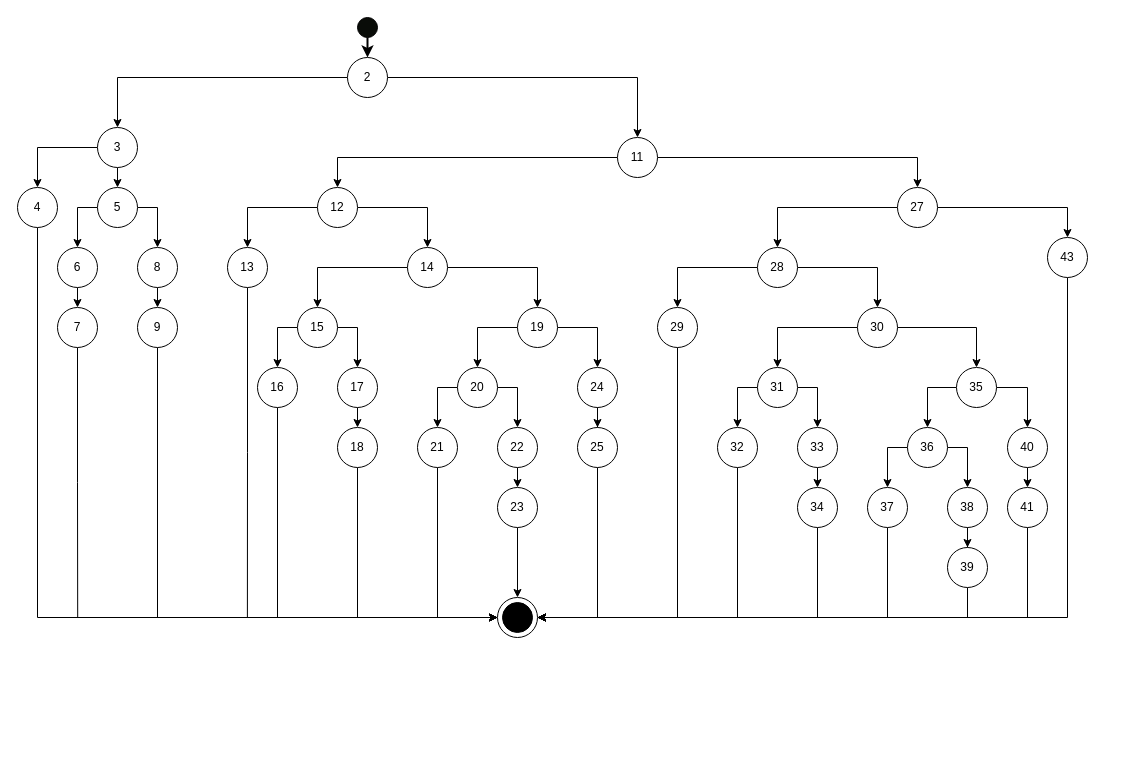
Above: controlFlow.drawio in minh071289/AI_system (draw.io), before the change. Source tidied: cells renumbered, new cells numbered last; positions are measured from the earlier drawing's top-left corner, leaving out a move shared by most shapes. Both pictures are drawn from the tidied source at 100%, with x=0, y=0 at pixel (17, 17).
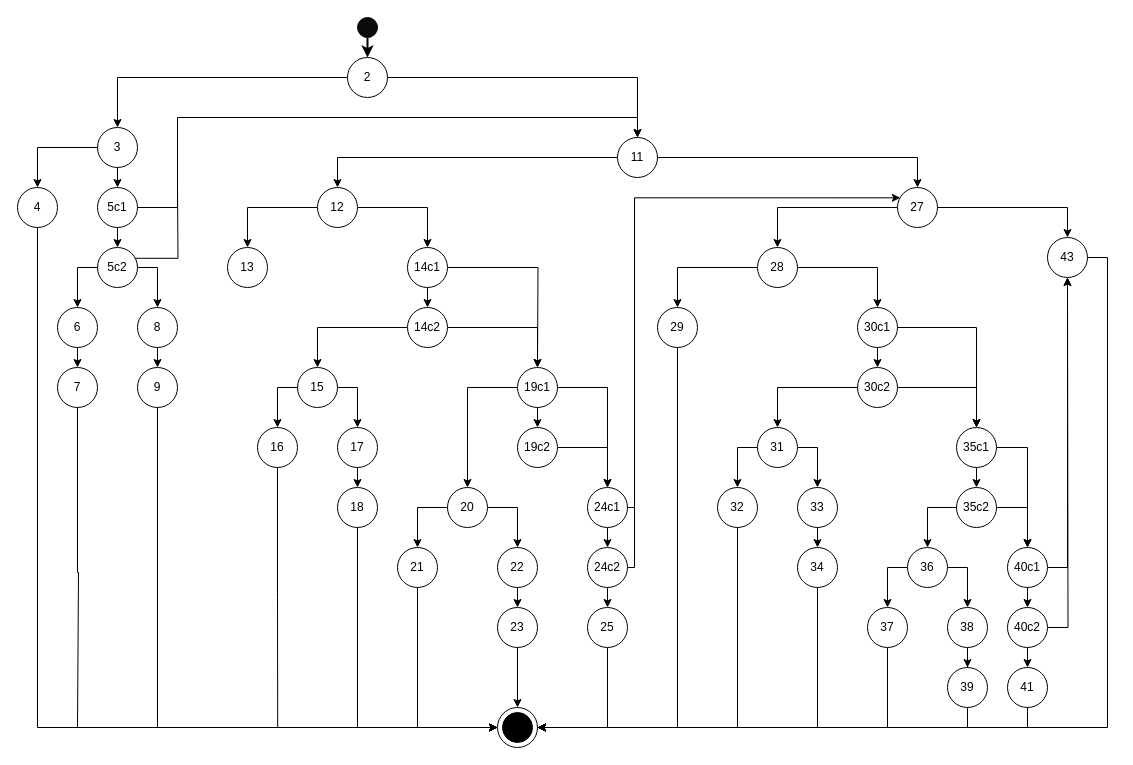
The same diagram, later.

The change refers to these unchanged cells:
```xml
<mxCell id="10" value="11" style="ellipse;whiteSpace=wrap;html=1;" parent="1" vertex="1">
  <mxGeometry x="600" y="120" width="40" height="40" as="geometry" />
</mxCell>
<mxCell id="26" value="12" style="ellipse;whiteSpace=wrap;html=1;" parent="1" vertex="1">
  <mxGeometry x="300" y="170" width="40" height="40" as="geometry" />
</mxCell>
<mxCell id="29" value="27" style="ellipse;whiteSpace=wrap;html=1;" parent="1" vertex="1">
  <mxGeometry x="880" y="170" width="40" height="40" as="geometry" />
</mxCell>
<mxCell id="31" value="13" style="ellipse;whiteSpace=wrap;html=1;" parent="1" vertex="1">
  <mxGeometry x="210" y="230" width="40" height="40" as="geometry" />
</mxCell>
<mxCell id="64" value="43" style="ellipse;whiteSpace=wrap;html=1;" parent="1" vertex="1">
  <mxGeometry x="1030" y="220" width="40" height="40" as="geometry" />
</mxCell>
<mxCell id="96" style="ellipse;whiteSpace=wrap;html=1;" parent="95" vertex="1">
  <mxGeometry width="40" height="40" as="geometry" />
</mxCell>
```

Diff of the diagram source:
```diff
@@
-    <mxCell id="13" style="edgeStyle=orthogonalEdgeStyle;rounded=0;jettySize=auto;html=1;exitX=0;exitY=0.5;exitDx=0;exitDy=0;" parent="1" edge="1" source="15" target="17">
-      <mxGeometry relative="1" as="geometry" />
-    </mxCell>
-    <mxCell id="14" style="edgeStyle=orthogonalEdgeStyle;rounded=0;jettySize=auto;html=1;exitX=1;exitY=0.5;exitDx=0;exitDy=0;entryX=0.5;entryY=0;entryDx=0;entryDy=0;" parent="1" edge="1" source="15" target="19">
-      <mxGeometry relative="1" as="geometry" />
-    </mxCell>
+    <mxCell id="100" style="edgeStyle=orthogonalEdgeStyle;rounded=0;jettySize=auto;html=1;exitX=0.5;exitY=1;exitDx=0;exitDy=0;entryX=0.5;entryY=0;entryDx=0;entryDy=0;" parent="1" edge="1" source="15" target="117">
+      <mxGeometry relative="1" as="geometry" />
+    </mxCell>
+    <mxCell id="101" style="edgeStyle=orthogonalEdgeStyle;rounded=0;jettySize=auto;html=1;exitX=1;exitY=0.5;exitDx=0;exitDy=0;entryX=0.5;entryY=0;entryDx=0;entryDy=0;" parent="1" edge="1" source="15" target="10">
+      <mxGeometry relative="1" as="geometry">
+        <Array as="points">
+          <mxPoint x="160" y="190" />
+          <mxPoint x="160" y="100" />
+          <mxPoint x="620" y="100" />
+        </Array>
+      </mxGeometry>
+    </mxCell>
-    <mxCell id="15" value="5" style="ellipse;whiteSpace=wrap;html=1;" parent="1" vertex="1">
+    <mxCell id="15" value="5c1" style="ellipse;whiteSpace=wrap;html=1;" parent="1" vertex="1">
       <mxGeometry x="80" y="170" width="40" height="40" as="geometry" />
     </mxCell>
@@
     <mxCell id="17" value="6" style="ellipse;whiteSpace=wrap;html=1;" parent="1" vertex="1">
-      <mxGeometry x="40" y="230" width="40" height="40" as="geometry" />
+      <mxGeometry x="40" y="290" width="40" height="40" as="geometry" />
     </mxCell>
@@
     <mxCell id="19" value="8" style="ellipse;whiteSpace=wrap;html=1;" parent="1" vertex="1">
-      <mxGeometry x="120" y="230" width="40" height="40" as="geometry" />
+      <mxGeometry x="120" y="290" width="40" height="40" as="geometry" />
     </mxCell>
-    <mxCell id="20" style="edgeStyle=orthogonalEdgeStyle;rounded=0;jettySize=auto;html=1;exitX=0.5;exitY=1;exitDx=0;exitDy=0;endArrow=none;startFill=0;" parent="1" edge="1" source="21">
-      <mxGeometry relative="1" as="geometry">
-        <mxPoint x="60.2" y="600" as="targetPoint" />
-      </mxGeometry>
-    </mxCell>
+    <mxCell id="102" style="edgeStyle=orthogonalEdgeStyle;rounded=0;jettySize=auto;html=1;exitX=0.5;exitY=1;exitDx=0;exitDy=0;endArrow=none;startFill=0;" parent="1" edge="1" source="21">
+      <mxGeometry relative="1" as="geometry">
+        <mxPoint x="60" y="710" as="targetPoint" />
+        <Array as="points">
+          <mxPoint x="60" y="555" />
+          <mxPoint x="61" y="555" />
+        </Array>
+      </mxGeometry>
+    </mxCell>
     <mxCell id="21" value="7" style="ellipse;whiteSpace=wrap;html=1;" parent="1" vertex="1">
-      <mxGeometry x="40" y="290" width="40" height="40" as="geometry" />
+      <mxGeometry x="40" y="350" width="40" height="40" as="geometry" />
     </mxCell>
@@
     <mxCell id="23" value="9" style="ellipse;whiteSpace=wrap;html=1;" parent="1" vertex="1">
-      <mxGeometry x="120" y="290" width="40" height="40" as="geometry" />
+      <mxGeometry x="120" y="350" width="40" height="40" as="geometry" />
     </mxCell>
+    <mxCell id="25" style="edgeStyle=orthogonalEdgeStyle;rounded=0;jettySize=auto;html=1;exitX=1;exitY=0.5;exitDx=0;exitDy=0;" parent="1" edge="1" source="26" target="34">
+      <mxGeometry relative="1" as="geometry" />
+    </mxCell>
@@
-    <mxCell id="25" style="edgeStyle=orthogonalEdgeStyle;rounded=0;jettySize=auto;html=1;exitX=1;exitY=0.5;exitDx=0;exitDy=0;" parent="1" edge="1" source="26" target="34">
-      <mxGeometry relative="1" as="geometry" />
-    </mxCell>
@@
-    <mxCell id="30" style="edgeStyle=orthogonalEdgeStyle;rounded=0;jettySize=auto;html=1;exitX=0.5;exitY=1;exitDx=0;exitDy=0;endArrow=none;startFill=0;" parent="1" edge="1" source="31">
-      <mxGeometry relative="1" as="geometry">
-        <mxPoint x="229.9" y="600" as="targetPoint" />
-      </mxGeometry>
-    </mxCell>
@@
-    <mxCell id="32" style="edgeStyle=orthogonalEdgeStyle;rounded=0;jettySize=auto;html=1;exitX=0;exitY=0.5;exitDx=0;exitDy=0;entryX=0.5;entryY=0;entryDx=0;entryDy=0;" parent="1" edge="1" source="34" target="37">
-      <mxGeometry relative="1" as="geometry" />
-    </mxCell>
-    <mxCell id="33" style="edgeStyle=orthogonalEdgeStyle;rounded=0;jettySize=auto;html=1;exitX=1;exitY=0.5;exitDx=0;exitDy=0;entryX=0.5;entryY=0;entryDx=0;entryDy=0;" parent="1" edge="1" source="34" target="46">
-      <mxGeometry relative="1" as="geometry" />
-    </mxCell>
+    <mxCell id="103" style="edgeStyle=orthogonalEdgeStyle;rounded=0;jettySize=auto;html=1;exitX=0.5;exitY=1;exitDx=0;exitDy=0;entryX=0.5;entryY=0;entryDx=0;entryDy=0;" parent="1" edge="1" source="34" target="120">
+      <mxGeometry relative="1" as="geometry" />
+    </mxCell>
+    <mxCell id="104" style="edgeStyle=orthogonalEdgeStyle;rounded=0;jettySize=auto;html=1;exitX=1;exitY=0.5;exitDx=0;exitDy=0;" parent="1" edge="1" source="34">
+      <mxGeometry relative="1" as="geometry">
+        <mxPoint x="520" y="350" as="targetPoint" />
+      </mxGeometry>
+    </mxCell>
-    <mxCell id="34" value="14" style="ellipse;whiteSpace=wrap;html=1;" parent="1" vertex="1">
+    <mxCell id="34" value="14c1" style="ellipse;whiteSpace=wrap;html=1;" parent="1" vertex="1">
       <mxGeometry x="390" y="230" width="40" height="40" as="geometry" />
     </mxCell>
-    <mxCell id="35" style="edgeStyle=orthogonalEdgeStyle;rounded=0;jettySize=auto;html=1;exitX=0;exitY=0.5;exitDx=0;exitDy=0;entryX=0.5;entryY=0;entryDx=0;entryDy=0;" parent="1" edge="1" source="37" target="39">
-      <mxGeometry relative="1" as="geometry" />
+    <mxCell id="35" style="edgeStyle=orthogonalEdgeStyle;rounded=0;jettySize=auto;html=1;exitX=0;exitY=0.5;exitDx=0;exitDy=0;entryX=0.5;entryY=0;entryDx=0;entryDy=0;" parent="1" edge="1" source="39">
+      <mxGeometry relative="1" as="geometry">
+        <mxPoint x="260" y="436" as="targetPoint" />
+      </mxGeometry>
     </mxCell>
+    <mxCell id="105" style="edgeStyle=orthogonalEdgeStyle;rounded=0;jettySize=auto;html=1;exitX=0;exitY=0.5;exitDx=0;exitDy=0;entryX=0.5;entryY=0;entryDx=0;entryDy=0;" parent="1" edge="1" source="37" target="39">
+      <mxGeometry relative="1" as="geometry" />
+    </mxCell>
-    <mxCell id="36" style="edgeStyle=orthogonalEdgeStyle;rounded=0;jettySize=auto;html=1;exitX=1;exitY=0.5;exitDx=0;exitDy=0;entryX=0.5;entryY=0;entryDx=0;entryDy=0;" parent="1" edge="1" source="37" target="41">
+    <mxCell id="36" style="edgeStyle=orthogonalEdgeStyle;rounded=0;jettySize=auto;html=1;exitX=1;exitY=0.5;exitDx=0;exitDy=0;" parent="1" edge="1" source="37" target="41">
       <mxGeometry relative="1" as="geometry" />
     </mxCell>
     <mxCell id="37" value="15" style="ellipse;whiteSpace=wrap;html=1;" parent="1" vertex="1">
-      <mxGeometry x="280" y="290" width="40" height="40" as="geometry" />
+      <mxGeometry x="280" y="350" width="40" height="40" as="geometry" />
     </mxCell>
-    <mxCell id="38" style="edgeStyle=orthogonalEdgeStyle;rounded=0;jettySize=auto;html=1;exitX=0.5;exitY=1;exitDx=0;exitDy=0;entryX=0;entryY=0.5;entryDx=0;entryDy=0;" parent="1" edge="1" source="39" target="96">
-      <mxGeometry relative="1" as="geometry" />
-    </mxCell>
-    <mxCell id="39" value="16" style="ellipse;whiteSpace=wrap;html=1;" parent="1" vertex="1">
-      <mxGeometry x="240" y="350" width="40" height="40" as="geometry" />
-    </mxCell>
@@
     <mxCell id="41" value="17" style="ellipse;whiteSpace=wrap;html=1;" parent="1" vertex="1">
-      <mxGeometry x="320" y="350" width="40" height="40" as="geometry" />
+      <mxGeometry x="320" y="410" width="40" height="40" as="geometry" />
     </mxCell>
@@
     <mxCell id="43" value="18" style="ellipse;whiteSpace=wrap;html=1;" parent="1" vertex="1">
-      <mxGeometry x="320" y="410" width="40" height="40" as="geometry" />
+      <mxGeometry x="320" y="470" width="40" height="40" as="geometry" />
     </mxCell>
@@
+    <mxCell id="106" style="edgeStyle=orthogonalEdgeStyle;rounded=0;jettySize=auto;html=1;exitX=0.5;exitY=1;exitDx=0;exitDy=0;entryX=0.5;entryY=0;entryDx=0;entryDy=0;" parent="1" edge="1" source="46" target="123">
+      <mxGeometry relative="1" as="geometry" />
+    </mxCell>
-    <mxCell id="46" value="19" style="ellipse;whiteSpace=wrap;html=1;" parent="1" vertex="1">
-      <mxGeometry x="500" y="290" width="40" height="40" as="geometry" />
+    <mxCell id="46" value="19c1" style="ellipse;whiteSpace=wrap;html=1;" parent="1" vertex="1">
+      <mxGeometry x="500" y="350" width="40" height="40" as="geometry" />
     </mxCell>
@@
     <mxCell id="49" value="20" style="ellipse;whiteSpace=wrap;html=1;" parent="1" vertex="1">
-      <mxGeometry x="440" y="350" width="40" height="40" as="geometry" />
+      <mxGeometry x="430" y="470" width="40" height="40" as="geometry" />
     </mxCell>
-    <mxCell id="50" style="edgeStyle=orthogonalEdgeStyle;rounded=0;jettySize=auto;html=1;exitX=0.5;exitY=1;exitDx=0;exitDy=0;" parent="1" edge="1" source="51" target="59">
-      <mxGeometry relative="1" as="geometry" />
-    </mxCell>
+    <mxCell id="107" style="edgeStyle=orthogonalEdgeStyle;rounded=0;jettySize=auto;html=1;exitX=0.5;exitY=1;exitDx=0;exitDy=0;entryX=0.5;entryY=0;entryDx=0;entryDy=0;" parent="1" edge="1" source="51" target="126">
+      <mxGeometry relative="1" as="geometry" />
+    </mxCell>
+    <mxCell id="108" style="edgeStyle=orthogonalEdgeStyle;rounded=0;jettySize=auto;html=1;exitX=1;exitY=0.5;exitDx=0;exitDy=0;endArrow=classic;startFill=0;endFill=1;entryX=0.071;entryY=0.258;entryDx=0;entryDy=0;entryPerimeter=0;" parent="1" edge="1" target="29">
+      <mxGeometry relative="1" as="geometry">
+        <mxPoint x="597" y="500" as="sourcePoint" />
+        <Array as="points">
+          <mxPoint x="597" y="490" />
+          <mxPoint x="617" y="490" />
+          <mxPoint x="617" y="180" />
+        </Array>
+      </mxGeometry>
+    </mxCell>
-    <mxCell id="51" value="24" style="ellipse;whiteSpace=wrap;html=1;" parent="1" vertex="1">
-      <mxGeometry x="560" y="350" width="40" height="40" as="geometry" />
+    <mxCell id="51" value="24c1" style="ellipse;whiteSpace=wrap;html=1;" parent="1" vertex="1">
+      <mxGeometry x="570" y="470" width="40" height="40" as="geometry" />
     </mxCell>
@@
     <mxCell id="53" value="21" style="ellipse;whiteSpace=wrap;html=1;" parent="1" vertex="1">
-      <mxGeometry x="400" y="410" width="40" height="40" as="geometry" />
+      <mxGeometry x="380" y="530" width="40" height="40" as="geometry" />
     </mxCell>
@@
     <mxCell id="55" value="22" style="ellipse;whiteSpace=wrap;html=1;" parent="1" vertex="1">
-      <mxGeometry x="480" y="410" width="40" height="40" as="geometry" />
+      <mxGeometry x="480" y="530" width="40" height="40" as="geometry" />
     </mxCell>
@@
     <mxCell id="57" value="23" style="ellipse;whiteSpace=wrap;html=1;" parent="1" vertex="1">
-      <mxGeometry x="480" y="470" width="40" height="40" as="geometry" />
+      <mxGeometry x="480" y="590" width="40" height="40" as="geometry" />
     </mxCell>
@@
     <mxCell id="59" value="25" style="ellipse;whiteSpace=wrap;html=1;" parent="1" vertex="1">
-      <mxGeometry x="560" y="410" width="40" height="40" as="geometry" />
+      <mxGeometry x="570" y="590" width="40" height="40" as="geometry" />
     </mxCell>
@@
-    <mxCell id="63" style="edgeStyle=orthogonalEdgeStyle;rounded=0;jettySize=auto;html=1;exitX=0.5;exitY=1;exitDx=0;exitDy=0;entryX=1;entryY=0.5;entryDx=0;entryDy=0;" parent="1" edge="1" source="64" target="96">
+    <mxCell id="63" style="edgeStyle=orthogonalEdgeStyle;rounded=0;jettySize=auto;html=1;exitX=1;exitY=0.5;exitDx=0;exitDy=0;entryX=1;entryY=0.5;entryDx=0;entryDy=0;" parent="1" edge="1" source="64" target="96">
       <mxGeometry relative="1" as="geometry" />
     </mxCell>
@@
-    <mxCell id="67" style="edgeStyle=orthogonalEdgeStyle;rounded=0;jettySize=auto;html=1;exitX=0;exitY=0.5;exitDx=0;exitDy=0;entryX=0.5;entryY=0;entryDx=0;entryDy=0;" parent="1" edge="1" source="69" target="72">
-      <mxGeometry relative="1" as="geometry" />
-    </mxCell>
+    <mxCell id="109" style="edgeStyle=orthogonalEdgeStyle;rounded=0;jettySize=auto;html=1;exitX=0.5;exitY=1;exitDx=0;exitDy=0;entryX=0.5;entryY=0;entryDx=0;entryDy=0;" parent="1" edge="1" source="69" target="129">
+      <mxGeometry relative="1" as="geometry" />
+    </mxCell>
@@
-    <mxCell id="69" value="30" style="ellipse;whiteSpace=wrap;html=1;" parent="1" vertex="1">
+    <mxCell id="69" value="30c1" style="ellipse;whiteSpace=wrap;html=1;" parent="1" vertex="1">
       <mxGeometry x="840" y="290" width="40" height="40" as="geometry" />
     </mxCell>
@@
     <mxCell id="72" value="31" style="ellipse;whiteSpace=wrap;html=1;" parent="1" vertex="1">
-      <mxGeometry x="740" y="350" width="40" height="40" as="geometry" />
+      <mxGeometry x="740" y="410" width="40" height="40" as="geometry" />
     </mxCell>
-    <mxCell id="73" style="edgeStyle=orthogonalEdgeStyle;rounded=0;jettySize=auto;html=1;exitX=0;exitY=0.5;exitDx=0;exitDy=0;entryX=0.5;entryY=0;entryDx=0;entryDy=0;" parent="1" edge="1" source="75" target="84">
-      <mxGeometry relative="1" as="geometry" />
-    </mxCell>
+    <mxCell id="110" style="edgeStyle=orthogonalEdgeStyle;rounded=0;jettySize=auto;html=1;exitX=0.5;exitY=1;exitDx=0;exitDy=0;entryX=0.5;entryY=0;entryDx=0;entryDy=0;" parent="1" edge="1" source="75" target="132">
+      <mxGeometry relative="1" as="geometry" />
+    </mxCell>
@@
-    <mxCell id="75" value="35" style="ellipse;whiteSpace=wrap;html=1;" parent="1" vertex="1">
-      <mxGeometry x="939" y="350" width="40" height="40" as="geometry" />
+    <mxCell id="75" value="35c1" style="ellipse;whiteSpace=wrap;html=1;" parent="1" vertex="1">
+      <mxGeometry x="939" y="410" width="40" height="40" as="geometry" />
     </mxCell>
@@
     <mxCell id="77" value="32" style="ellipse;whiteSpace=wrap;html=1;" parent="1" vertex="1">
-      <mxGeometry x="700" y="410" width="40" height="40" as="geometry" />
+      <mxGeometry x="700" y="470" width="40" height="40" as="geometry" />
     </mxCell>
@@
     <mxCell id="79" value="33" style="ellipse;whiteSpace=wrap;html=1;" parent="1" vertex="1">
-      <mxGeometry x="780" y="410" width="40" height="40" as="geometry" />
+      <mxGeometry x="780" y="470" width="40" height="40" as="geometry" />
     </mxCell>
@@
     <mxCell id="81" value="34" style="ellipse;whiteSpace=wrap;html=1;" parent="1" vertex="1">
-      <mxGeometry x="780" y="470" width="40" height="40" as="geometry" />
+      <mxGeometry x="780" y="530" width="40" height="40" as="geometry" />
     </mxCell>
@@
     <mxCell id="84" value="36" style="ellipse;whiteSpace=wrap;html=1;" parent="1" vertex="1">
-      <mxGeometry x="890" y="410" width="40" height="40" as="geometry" />
+      <mxGeometry x="890" y="530" width="40" height="40" as="geometry" />
     </mxCell>
@@
+    <mxCell id="111" style="edgeStyle=orthogonalEdgeStyle;rounded=0;jettySize=auto;html=1;exitX=1;exitY=0.5;exitDx=0;exitDy=0;entryX=0.5;entryY=1;entryDx=0;entryDy=0;" parent="1" edge="1" source="86" target="64">
+      <mxGeometry relative="1" as="geometry">
+        <Array as="points">
+          <mxPoint x="1050" y="550" />
+        </Array>
+      </mxGeometry>
+    </mxCell>
-    <mxCell id="86" value="40" style="ellipse;whiteSpace=wrap;html=1;" parent="1" vertex="1">
-      <mxGeometry x="990" y="410" width="40" height="40" as="geometry" />
+    <mxCell id="86" value="40c1" style="ellipse;whiteSpace=wrap;html=1;" parent="1" vertex="1">
+      <mxGeometry x="990" y="530" width="40" height="40" as="geometry" />
     </mxCell>
@@
     <mxCell id="88" value="37" style="ellipse;whiteSpace=wrap;html=1;" parent="1" vertex="1">
-      <mxGeometry x="850" y="470" width="40" height="40" as="geometry" />
+      <mxGeometry x="850" y="590" width="40" height="40" as="geometry" />
     </mxCell>
@@
     <mxCell id="90" value="38" style="ellipse;whiteSpace=wrap;html=1;" parent="1" vertex="1">
-      <mxGeometry x="930" y="470" width="40" height="40" as="geometry" />
+      <mxGeometry x="930" y="590" width="40" height="40" as="geometry" />
     </mxCell>
@@
     <mxCell id="92" value="39" style="ellipse;whiteSpace=wrap;html=1;" parent="1" vertex="1">
-      <mxGeometry x="930" y="530" width="40" height="40" as="geometry" />
+      <mxGeometry x="930" y="650" width="40" height="40" as="geometry" />
     </mxCell>
-    <mxCell id="93" style="edgeStyle=orthogonalEdgeStyle;rounded=0;jettySize=auto;html=1;exitX=0.5;exitY=1;exitDx=0;exitDy=0;entryX=1;entryY=0.5;entryDx=0;entryDy=0;" parent="1" edge="1" source="94" target="96">
+    <mxCell id="93" style="edgeStyle=orthogonalEdgeStyle;rounded=0;jettySize=auto;html=1;exitX=0.5;exitY=1;exitDx=0;exitDy=0;entryX=1;entryY=0.5;entryDx=0;entryDy=0;" parent="1" edge="1" source="133" target="96">
       <mxGeometry relative="1" as="geometry" />
     </mxCell>
+    <mxCell id="112" style="edgeStyle=orthogonalEdgeStyle;rounded=0;jettySize=auto;html=1;exitX=0.5;exitY=1;exitDx=0;exitDy=0;entryX=0.5;entryY=0;entryDx=0;entryDy=0;" parent="1" edge="1" source="94" target="133">
+      <mxGeometry relative="1" as="geometry" />
+    </mxCell>
+    <mxCell id="113" style="edgeStyle=orthogonalEdgeStyle;rounded=0;jettySize=auto;html=1;exitX=1;exitY=0.5;exitDx=0;exitDy=0;" parent="1" edge="1" source="94">
+      <mxGeometry relative="1" as="geometry">
+        <mxPoint x="1050" y="260" as="targetPoint" />
+      </mxGeometry>
+    </mxCell>
-    <mxCell id="94" value="41" style="ellipse;whiteSpace=wrap;html=1;" parent="1" vertex="1">
-      <mxGeometry x="990" y="470" width="40" height="40" as="geometry" />
+    <mxCell id="94" value="40c2" style="ellipse;whiteSpace=wrap;html=1;" parent="1" vertex="1">
+      <mxGeometry x="990" y="590" width="40" height="40" as="geometry" />
     </mxCell>
     <mxCell id="95" style="group;" parent="1" vertex="1">
-      <mxGeometry x="480" y="580" width="40" height="40" as="geometry" />
+      <mxGeometry x="480" y="690" width="40" height="40" as="geometry" />
     </mxCell>
@@
+    <mxCell id="114" style="edgeStyle=orthogonalEdgeStyle;rounded=0;jettySize=auto;html=1;exitX=0;exitY=0.5;exitDx=0;exitDy=0;" parent="1" edge="1" source="117" target="17">
+      <mxGeometry relative="1" as="geometry" />
+    </mxCell>
+    <mxCell id="115" style="edgeStyle=orthogonalEdgeStyle;rounded=0;jettySize=auto;html=1;exitX=1;exitY=0.5;exitDx=0;exitDy=0;entryX=0.5;entryY=0;entryDx=0;entryDy=0;" parent="1" edge="1" source="117" target="19">
+      <mxGeometry relative="1" as="geometry" />
+    </mxCell>
+    <mxCell id="116" style="edgeStyle=orthogonalEdgeStyle;rounded=0;jettySize=auto;html=1;exitX=0.93;exitY=0.27;exitDx=0;exitDy=0;endArrow=none;startFill=0;exitPerimeter=0;" parent="1" edge="1" source="117">
+      <mxGeometry relative="1" as="geometry">
+        <mxPoint x="160" y="170" as="targetPoint" />
+      </mxGeometry>
+    </mxCell>
+    <mxCell id="117" value="5c2" style="ellipse;whiteSpace=wrap;html=1;" parent="1" vertex="1">
+      <mxGeometry x="80" y="230" width="40" height="40" as="geometry" />
+    </mxCell>
+    <mxCell id="118" style="edgeStyle=orthogonalEdgeStyle;rounded=0;jettySize=auto;html=1;exitX=0;exitY=0.5;exitDx=0;exitDy=0;entryX=0.5;entryY=0;entryDx=0;entryDy=0;" parent="1" edge="1" source="120" target="37">
+      <mxGeometry relative="1" as="geometry" />
+    </mxCell>
+    <mxCell id="119" style="edgeStyle=orthogonalEdgeStyle;rounded=0;jettySize=auto;html=1;exitX=1;exitY=0.5;exitDx=0;exitDy=0;entryX=0.5;entryY=0;entryDx=0;entryDy=0;" parent="1" edge="1" source="120" target="46">
+      <mxGeometry relative="1" as="geometry" />
+    </mxCell>
+    <mxCell id="120" value="14c2" style="ellipse;whiteSpace=wrap;html=1;" parent="1" vertex="1">
+      <mxGeometry x="390" y="290" width="40" height="40" as="geometry" />
+    </mxCell>
+    <mxCell id="121" style="edgeStyle=orthogonalEdgeStyle;rounded=0;jettySize=auto;html=1;exitX=0.5;exitY=1;exitDx=0;exitDy=0;endArrow=none;startFill=0;" parent="1" edge="1" source="39">
+      <mxGeometry relative="1" as="geometry">
+        <mxPoint x="260.2" y="710" as="targetPoint" />
+      </mxGeometry>
+    </mxCell>
+    <mxCell id="39" value="16" style="ellipse;whiteSpace=wrap;html=1;" parent="1" vertex="1">
+      <mxGeometry x="240" y="410" width="40" height="40" as="geometry" />
+    </mxCell>
+    <mxCell id="122" style="edgeStyle=orthogonalEdgeStyle;rounded=0;jettySize=auto;html=1;exitX=1;exitY=0.5;exitDx=0;exitDy=0;entryX=0.5;entryY=0;entryDx=0;entryDy=0;" parent="1" edge="1" source="123" target="51">
+      <mxGeometry relative="1" as="geometry" />
+    </mxCell>
+    <mxCell id="123" value="19c2" style="ellipse;whiteSpace=wrap;html=1;" parent="1" vertex="1">
+      <mxGeometry x="500" y="410" width="40" height="40" as="geometry" />
+    </mxCell>
+    <mxCell id="124" style="edgeStyle=orthogonalEdgeStyle;rounded=0;jettySize=auto;html=1;exitX=0.5;exitY=1;exitDx=0;exitDy=0;entryX=0.5;entryY=0;entryDx=0;entryDy=0;" parent="1" edge="1" source="126" target="59">
+      <mxGeometry relative="1" as="geometry" />
+    </mxCell>
+    <mxCell id="125" style="edgeStyle=orthogonalEdgeStyle;rounded=0;jettySize=auto;html=1;exitX=1;exitY=0.5;exitDx=0;exitDy=0;entryX=1;entryY=0.5;entryDx=0;entryDy=0;endArrow=none;startFill=0;" parent="1" edge="1" source="126">
+      <mxGeometry relative="1" as="geometry">
+        <mxPoint x="617" y="490" as="targetPoint" />
+        <Array as="points">
+          <mxPoint x="617" y="550" />
+        </Array>
+      </mxGeometry>
+    </mxCell>
+    <mxCell id="126" value="24c2" style="ellipse;whiteSpace=wrap;html=1;" parent="1" vertex="1">
+      <mxGeometry x="570" y="530" width="40" height="40" as="geometry" />
+    </mxCell>
+    <mxCell id="127" style="edgeStyle=orthogonalEdgeStyle;rounded=0;jettySize=auto;html=1;exitX=0;exitY=0.5;exitDx=0;exitDy=0;" parent="1" edge="1" source="129" target="72">
+      <mxGeometry relative="1" as="geometry" />
+    </mxCell>
+    <mxCell id="128" style="edgeStyle=orthogonalEdgeStyle;rounded=0;jettySize=auto;html=1;exitX=1;exitY=0.5;exitDx=0;exitDy=0;entryX=0.5;entryY=0;entryDx=0;entryDy=0;" parent="1" edge="1" source="129" target="75">
+      <mxGeometry relative="1" as="geometry" />
+    </mxCell>
+    <mxCell id="129" value="30c2" style="ellipse;whiteSpace=wrap;html=1;" parent="1" vertex="1">
+      <mxGeometry x="840" y="350" width="40" height="40" as="geometry" />
+    </mxCell>
+    <mxCell id="130" style="edgeStyle=orthogonalEdgeStyle;rounded=0;jettySize=auto;html=1;exitX=0;exitY=0.5;exitDx=0;exitDy=0;entryX=0.5;entryY=0;entryDx=0;entryDy=0;" parent="1" edge="1" source="132" target="84">
+      <mxGeometry relative="1" as="geometry" />
+    </mxCell>
+    <mxCell id="131" style="edgeStyle=orthogonalEdgeStyle;rounded=0;jettySize=auto;html=1;exitX=1;exitY=0.5;exitDx=0;exitDy=0;entryX=0.5;entryY=0;entryDx=0;entryDy=0;" parent="1" edge="1" source="132" target="86">
+      <mxGeometry relative="1" as="geometry" />
+    </mxCell>
+    <mxCell id="132" value="35c2" style="ellipse;whiteSpace=wrap;html=1;" parent="1" vertex="1">
+      <mxGeometry x="939" y="470" width="40" height="40" as="geometry" />
+    </mxCell>
+    <mxCell id="133" value="41" style="ellipse;whiteSpace=wrap;html=1;" parent="1" vertex="1">
+      <mxGeometry x="990" y="650" width="40" height="40" as="geometry" />
+    </mxCell>
```
